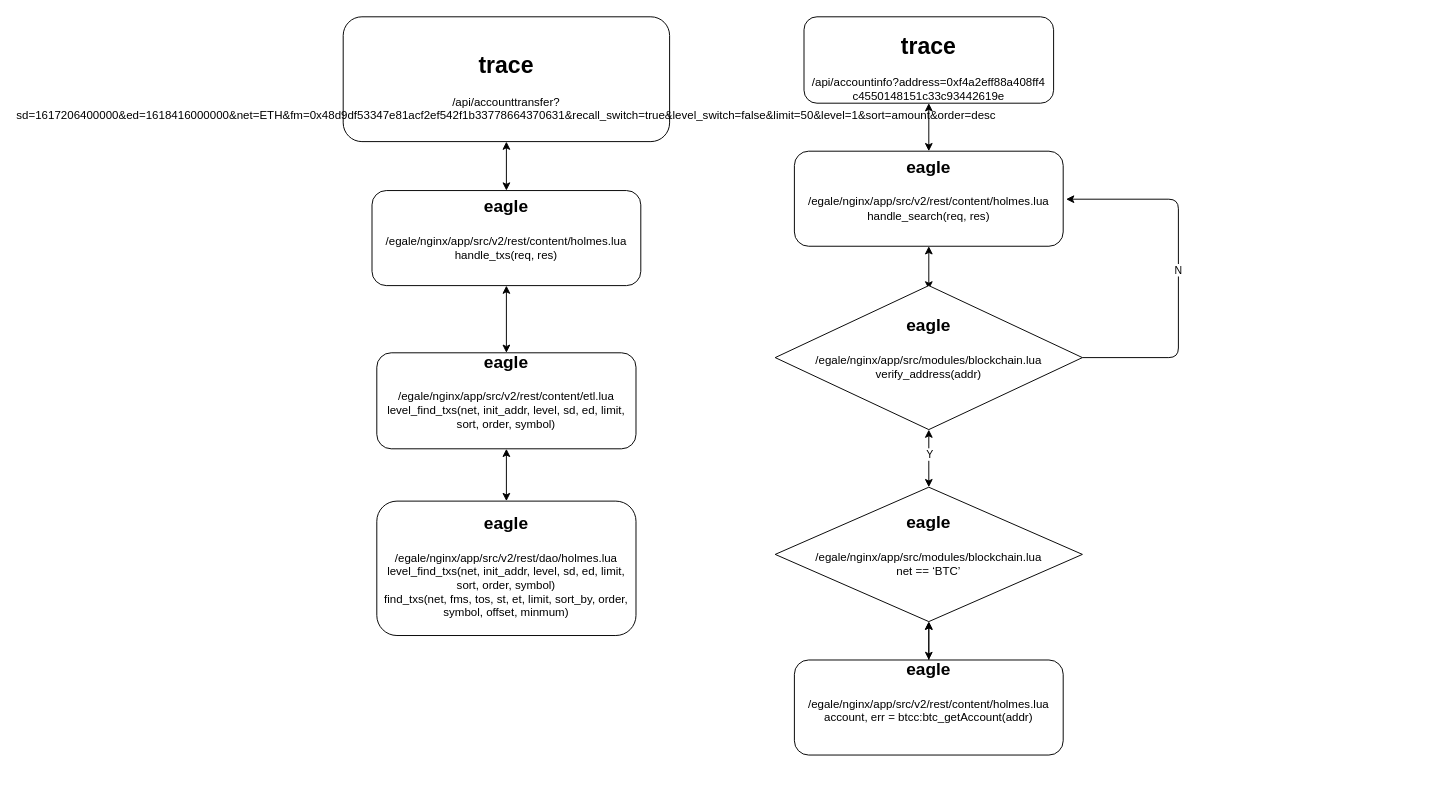
The draw.io diagram bigdata-study/Untitled Diagram.drawio in cxinping/bigdata, before the edit. Source tidied: cells renumbered, new cells numbered last; positions are measured from the earlier drawing's top-left corner, leaving out a move shared by most shapes. Both pictures are drawn from the tidied source at 96%, with x=0, y=0 at pixel (343, 16).
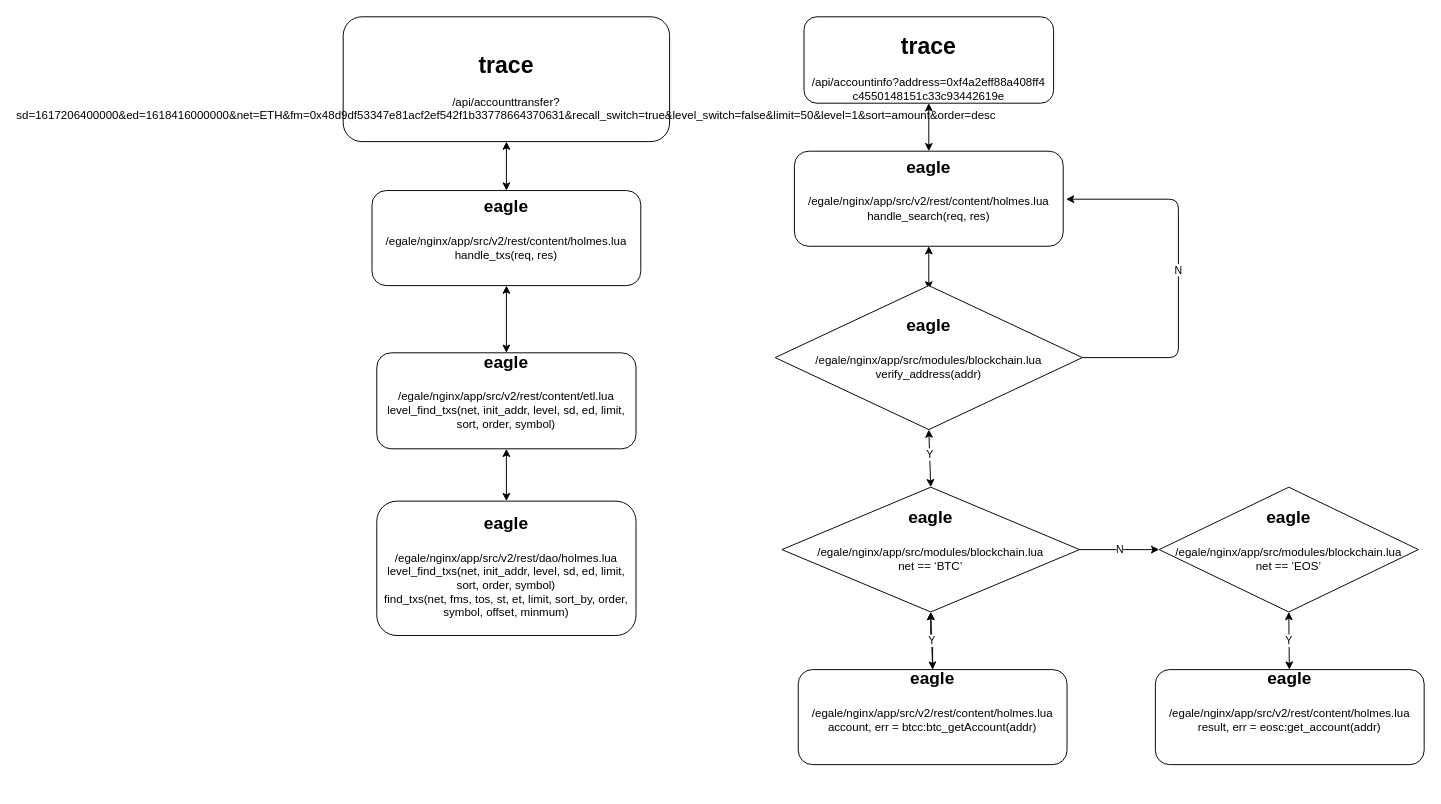
The same page after the edit.

The edit, as a diff of the source:
```diff
@@
     <mxCell id="16" value="&lt;h1&gt;&lt;font style=&quot;font-size: 18px&quot;&gt;eagle&lt;/font&gt;&lt;/h1&gt;&lt;p&gt;/egale/nginx/app/src/modules/blockchain.lua&lt;br&gt;net == ‘BTC’&lt;br&gt;&lt;br&gt;&lt;br&gt;&lt;/p&gt;" style="rhombus;whiteSpace=wrap;html=1;" parent="1" vertex="1">
-      <mxGeometry x="450" y="490" width="320" height="140" as="geometry" />
+      <mxGeometry x="457" y="490" width="310" height="130" as="geometry" />
     </mxCell>
@@
     <mxCell id="20" value="&lt;h1&gt;&lt;font style=&quot;font-size: 18px&quot;&gt;eagle&lt;/font&gt;&lt;/h1&gt;&lt;p&gt;/egale/nginx/app/src/v2/rest/content/holmes.lua&lt;br&gt;account, err = btcc:btc_getAccount(addr)&lt;br&gt;&lt;br&gt;&lt;br&gt;&lt;br&gt;&lt;/p&gt;" style="rounded=1;whiteSpace=wrap;html=1;" parent="1" vertex="1">
-      <mxGeometry x="470" y="670" width="280" height="99" as="geometry" />
+      <mxGeometry x="474" y="680" width="280" height="99" as="geometry" />
     </mxCell>
-    <mxCell id="21" style="endArrow=classic;startArrow=classic;html=1;entryX=0.5;entryY=1;entryDx=0;entryDy=0;exitX=0.5;exitY=0;exitDx=0;exitDy=0;" parent="1" edge="1" source="20" target="16">
+    <mxCell id="21" value="Y" style="endArrow=classic;startArrow=classic;html=1;entryX=0.5;entryY=1;entryDx=0;entryDy=0;exitX=0.5;exitY=0;exitDx=0;exitDy=0;" parent="1" edge="1" source="20" target="16">
       <mxGeometry relative="1" as="geometry" />
     </mxCell>
+    <mxCell id="22" value="&lt;h1&gt;&lt;font style=&quot;font-size: 18px&quot;&gt;eagle&lt;/font&gt;&lt;/h1&gt;&lt;p&gt;/egale/nginx/app/src/modules/blockchain.lua&lt;br&gt;net == ‘EOS’&lt;br&gt;&lt;br&gt;&lt;br&gt;&lt;/p&gt;" style="rhombus;whiteSpace=wrap;html=1;" parent="1" vertex="1">
+      <mxGeometry x="850" y="490" width="270" height="130" as="geometry" />
+    </mxCell>
+    <mxCell id="23" value="&lt;h1&gt;&lt;font style=&quot;font-size: 18px&quot;&gt;eagle&lt;/font&gt;&lt;/h1&gt;&lt;p&gt;/egale/nginx/app/src/v2/rest/content/holmes.lua&lt;br&gt;result, err = eosc:get_account(addr)&lt;br&gt;&lt;br&gt;&lt;br&gt;&lt;br&gt;&lt;/p&gt;" style="rounded=1;whiteSpace=wrap;html=1;" parent="1" vertex="1">
+      <mxGeometry x="846" y="680" width="280" height="99" as="geometry" />
+    </mxCell>
+    <mxCell id="24" value="N" style="endArrow=classic;html=1;entryX=0;entryY=0.5;entryDx=0;entryDy=0;exitX=1;exitY=0.5;exitDx=0;exitDy=0;" parent="1" edge="1" source="16" target="22">
+      <mxGeometry relative="1" as="geometry" />
+    </mxCell>
+    <mxCell id="25" value="Y" style="endArrow=classic;startArrow=classic;html=1;entryX=0.5;entryY=1;entryDx=0;entryDy=0;" parent="1" edge="1" source="23" target="22">
+      <mxGeometry relative="1" as="geometry" />
+    </mxCell>
```
